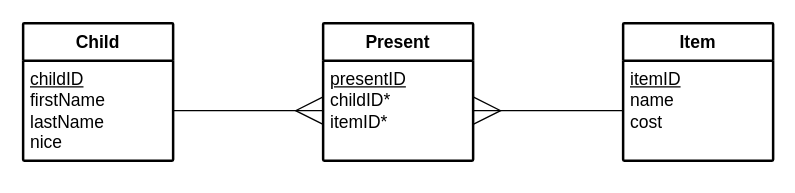
Before: n5-cs/ddd/N5-DDD-Santa-Gifts - WiP/assets/N5 DDD Santa.drawio in MrFriendCS/MrFriendCS.github.io, a draw.io diagram. Source tidied: cells renumbered, new cells numbered last; positions are measured from the earlier drawing's top-left corner, leaving out a move shared by most shapes. Both pictures are drawn from the tidied source at 125%, with x=0, y=0 at pixel (22, 22).
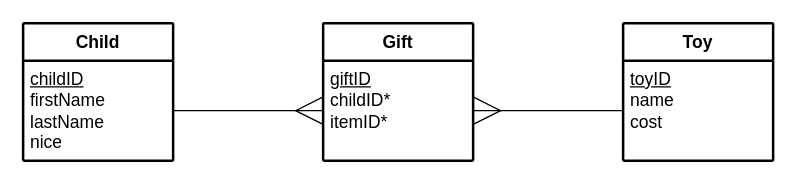
Above is the later version.

Diff of the diagram source:
```diff
@@
 <mxGraphModel>
   <root>
     <mxCell id="0" />
     <mxCell id="1" parent="0" />
     <mxCell id="2" value="&lt;b&gt;Child&lt;/b&gt;" style="swimlane;horizontal=1;startSize=30;rounded=1;fontSize=14;fontStyle=0;strokeWidth=2;shadow=0;dashed=0;align=center;arcSize=1;whiteSpace=wrap;html=1;fillColor=none;" parent="1" vertex="1">
       <mxGeometry width="120" height="110" as="geometry" />
     </mxCell>
     <mxCell id="3" value="&lt;font style=&quot;font-size: 14px;&quot;&gt;&lt;u style=&quot;&quot;&gt;childID&lt;/u&gt;&lt;br&gt;firstName&lt;br&gt;lastName&lt;br&gt;nice&lt;/font&gt;" style="align=left;strokeColor=none;fillColor=none;spacingLeft=4;fontSize=12;verticalAlign=top;html=1;" parent="2" vertex="1">
       <mxGeometry y="30" width="120" height="80" as="geometry" />
     </mxCell>
     <mxCell id="4" style="edgeStyle=orthogonalEdgeStyle;rounded=0;orthogonalLoop=1;jettySize=auto;html=1;exitX=0.5;exitY=1;exitDx=0;exitDy=0;" parent="2" edge="1" source="3" target="3">
       <mxGeometry relative="1" as="geometry" />
     </mxCell>
-    <mxCell id="5" value="&lt;b&gt;Present&lt;/b&gt;" style="swimlane;horizontal=1;startSize=30;rounded=1;fontSize=14;fontStyle=0;strokeWidth=2;shadow=0;dashed=0;align=center;arcSize=1;whiteSpace=wrap;html=1;fillColor=none;" parent="1" vertex="1">
+    <mxCell id="5" value="&lt;b&gt;Gift&lt;/b&gt;" style="swimlane;horizontal=1;startSize=30;rounded=1;fontSize=14;fontStyle=0;strokeWidth=2;shadow=0;dashed=0;align=center;arcSize=1;whiteSpace=wrap;html=1;fillColor=none;" parent="1" vertex="1">
       <mxGeometry x="240" width="120" height="110" as="geometry" />
     </mxCell>
-    <mxCell id="6" value="&lt;font style=&quot;font-size: 14px;&quot;&gt;&lt;u style=&quot;&quot;&gt;presentID&lt;/u&gt;&lt;/font&gt;&lt;div&gt;&lt;font style=&quot;font-size: 14px;&quot;&gt;childID*&lt;br&gt;itemID*&lt;br&gt;&lt;/font&gt;&lt;/div&gt;" style="align=left;strokeColor=none;fillColor=none;spacingLeft=4;fontSize=12;verticalAlign=top;html=1;" parent="5" vertex="1">
+    <mxCell id="6" value="&lt;font style=&quot;font-size: 14px;&quot;&gt;&lt;u style=&quot;&quot;&gt;giftID&lt;/u&gt;&lt;/font&gt;&lt;div&gt;&lt;font style=&quot;font-size: 14px;&quot;&gt;childID*&lt;br&gt;itemID*&lt;br&gt;&lt;/font&gt;&lt;/div&gt;" style="align=left;strokeColor=none;fillColor=none;spacingLeft=4;fontSize=12;verticalAlign=top;html=1;" parent="5" vertex="1">
       <mxGeometry y="30" width="120" height="80" as="geometry" />
     </mxCell>
     <mxCell id="7" style="rounded=0;jettySize=auto;html=1;exitX=1;exitY=0.5;exitDx=0;exitDy=0;entryX=0;entryY=0.5;entryDx=0;entryDy=0;endArrow=ERmany;endFill=0;endSize=20;" parent="1" edge="1" source="3" target="6">
       <mxGeometry relative="1" as="geometry" />
     </mxCell>
-    <mxCell id="8" value="&lt;b&gt;Item&lt;/b&gt;" style="swimlane;horizontal=1;startSize=30;rounded=1;fontSize=14;fontStyle=0;strokeWidth=2;shadow=0;dashed=0;align=center;arcSize=1;whiteSpace=wrap;html=1;fillColor=none;" parent="1" vertex="1">
+    <mxCell id="8" value="&lt;b&gt;Toy&lt;/b&gt;" style="swimlane;horizontal=1;startSize=30;rounded=1;fontSize=14;fontStyle=0;strokeWidth=2;shadow=0;dashed=0;align=center;arcSize=1;whiteSpace=wrap;html=1;fillColor=none;" parent="1" vertex="1">
       <mxGeometry x="480" width="120" height="110" as="geometry" />
     </mxCell>
-    <mxCell id="9" value="&lt;font style=&quot;font-size: 14px;&quot;&gt;&lt;u style=&quot;&quot;&gt;itemID&lt;/u&gt;&lt;br&gt;name&lt;br&gt;&lt;/font&gt;&lt;div&gt;&lt;font style=&quot;font-size: 14px;&quot;&gt;cost&lt;/font&gt;&lt;/div&gt;" style="align=left;strokeColor=none;fillColor=none;spacingLeft=4;fontSize=12;verticalAlign=top;html=1;" parent="8" vertex="1">
+    <mxCell id="9" value="&lt;font style=&quot;font-size: 14px;&quot;&gt;&lt;u style=&quot;&quot;&gt;toyID&lt;/u&gt;&lt;br&gt;name&lt;br&gt;&lt;/font&gt;&lt;div&gt;&lt;font style=&quot;font-size: 14px;&quot;&gt;cost&lt;/font&gt;&lt;/div&gt;" style="align=left;strokeColor=none;fillColor=none;spacingLeft=4;fontSize=12;verticalAlign=top;html=1;" parent="8" vertex="1">
       <mxGeometry y="30" width="120" height="80" as="geometry" />
     </mxCell>
     <mxCell id="10" style="endArrow=none;html=1;rounded=0;entryX=0;entryY=0.5;entryDx=0;entryDy=0;startArrow=ERmany;startFill=0;startSize=20;" parent="1" edge="1" target="9">
       <mxGeometry relative="1" as="geometry">
         <mxPoint x="360" y="70" as="sourcePoint" />
       </mxGeometry>
     </mxCell>
   </root>
 </mxGraphModel>
```
